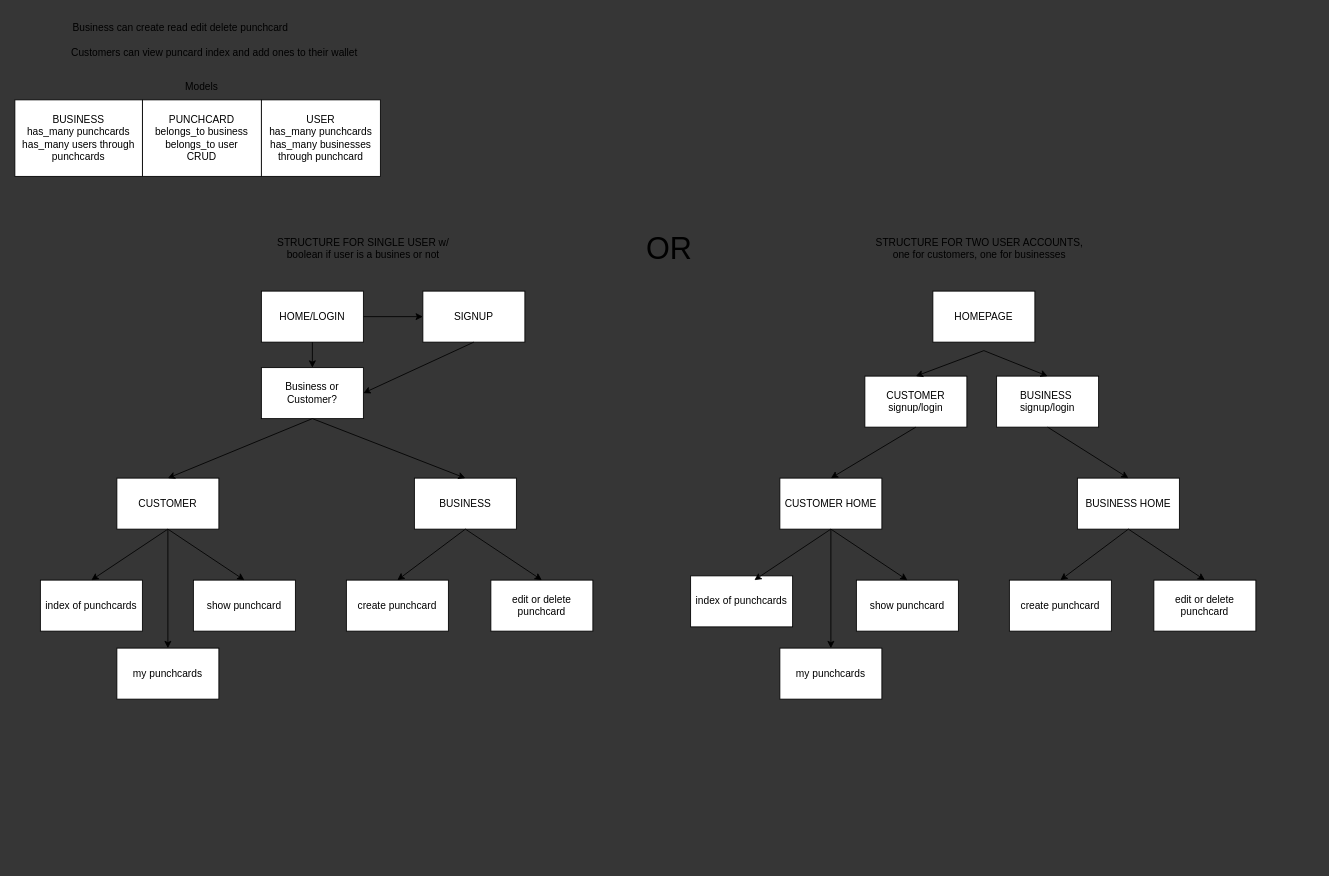
The draw.io diagram structure.drawio in mrsampool/phase-4-proj, before the edit. Source tidied: cells renumbered, new cells numbered last; positions are measured from the earlier drawing's top-left corner, leaving out a move shared by most shapes. Both pictures are drawn from the tidied source at 85%, with x=0, y=0 at pixel (14, 14).
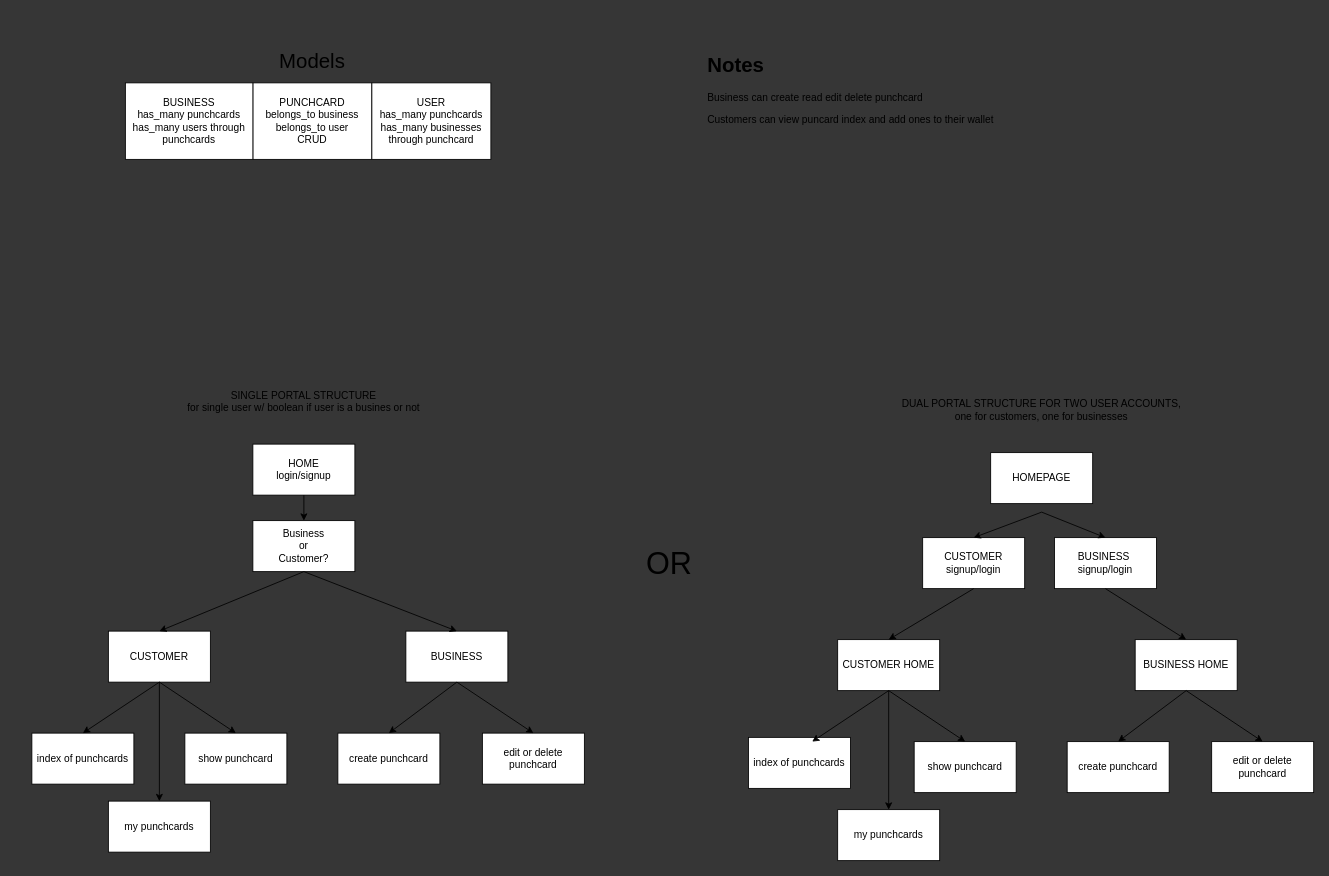
After the change.

Commit message (it also covers changes not shown here):
adds index create and show code for punchcardsController

What changed in the source:
```diff
@@
     <mxCell id="2" value="PUNCHCARD&lt;br&gt;belongs_to business&lt;br&gt;belongs_to user&lt;br&gt;CRUD" style="rounded=0;whiteSpace=wrap;html=1;" parent="1" vertex="1">
-      <mxGeometry x="150" y="100" width="140" height="90" as="geometry" />
+      <mxGeometry x="280" y="80" width="140" height="90" as="geometry" />
     </mxCell>
     <mxCell id="3" value="USER&lt;br&gt;has_many punchcards&lt;br&gt;has_many businesses through punchcard" style="rounded=0;whiteSpace=wrap;html=1;" parent="1" vertex="1">
-      <mxGeometry x="290" y="100" width="140" height="90" as="geometry" />
+      <mxGeometry x="420" y="80" width="140" height="90" as="geometry" />
     </mxCell>
     <mxCell id="4" value="BUSINESS&lt;br&gt;has_many punchcards&lt;br&gt;has_many users through punchcards" style="rounded=0;whiteSpace=wrap;html=1;" parent="1" vertex="1">
-      <mxGeometry y="100" width="150" height="90" as="geometry" />
+      <mxGeometry x="130" y="80" width="150" height="90" as="geometry" />
     </mxCell>
-    <mxCell id="5" value="Business can create read edit delete punchcard" style="text;html=1;strokeColor=none;fillColor=none;align=center;verticalAlign=middle;whiteSpace=wrap;rounded=0;" parent="1" vertex="1">
-      <mxGeometry x="60" width="270" height="30" as="geometry" />
-    </mxCell>
-    <mxCell id="6" value="Customers can view puncard index and add ones to their wallet" style="text;html=1;strokeColor=none;fillColor=none;align=center;verticalAlign=middle;whiteSpace=wrap;rounded=0;" parent="1" vertex="1">
-      <mxGeometry x="30" y="30" width="410" height="30" as="geometry" />
-    </mxCell>
-    <mxCell id="7" value="HOME/LOGIN" style="rounded=0;whiteSpace=wrap;html=1;" parent="1" vertex="1">
-      <mxGeometry x="290" y="325" width="120" height="60" as="geometry" />
+    <mxCell id="7" value="HOME&lt;br&gt;login/signup" style="rounded=0;whiteSpace=wrap;html=1;" parent="1" vertex="1">
+      <mxGeometry x="280" y="505" width="120" height="60" as="geometry" />
     </mxCell>
-    <mxCell id="8" value="Business or Customer?" style="rounded=0;whiteSpace=wrap;html=1;" parent="1" vertex="1">
-      <mxGeometry x="290" y="415" width="120" height="60" as="geometry" />
+    <mxCell id="8" value="Business &lt;br&gt;or &lt;br&gt;Customer?" style="rounded=0;whiteSpace=wrap;html=1;" parent="1" vertex="1">
+      <mxGeometry x="280" y="595" width="120" height="60" as="geometry" />
     </mxCell>
@@
     <mxCell id="10" value="CUSTOMER" style="rounded=0;whiteSpace=wrap;html=1;" parent="1" vertex="1">
-      <mxGeometry x="120" y="545" width="120" height="60" as="geometry" />
+      <mxGeometry x="110" y="725" width="120" height="60" as="geometry" />
     </mxCell>
     <mxCell id="11" value="BUSINESS" style="rounded=0;whiteSpace=wrap;html=1;" parent="1" vertex="1">
-      <mxGeometry x="470" y="545" width="120" height="60" as="geometry" />
+      <mxGeometry x="460" y="725" width="120" height="60" as="geometry" />
     </mxCell>
@@
     <mxCell id="14" value="index of punchcards" style="rounded=0;whiteSpace=wrap;html=1;" parent="1" vertex="1">
-      <mxGeometry x="30" y="665" width="120" height="60" as="geometry" />
+      <mxGeometry x="20" y="845" width="120" height="60" as="geometry" />
     </mxCell>
-    <mxCell id="15" value="Models" style="text;html=1;strokeColor=none;fillColor=none;align=center;verticalAlign=middle;whiteSpace=wrap;rounded=0;" parent="1" vertex="1">
-      <mxGeometry x="190" y="70" width="60" height="30" as="geometry" />
+    <mxCell id="15" value="&lt;font style=&quot;font-size: 24px;&quot;&gt;Models&lt;/font&gt;" style="text;html=1;strokeColor=none;fillColor=none;align=center;verticalAlign=middle;whiteSpace=wrap;rounded=0;" parent="1" vertex="1">
+      <mxGeometry x="320" y="40" width="60" height="30" as="geometry" />
     </mxCell>
@@
     <mxCell id="17" value="show punchcard" style="rounded=0;whiteSpace=wrap;html=1;" parent="1" vertex="1">
-      <mxGeometry x="210" y="665" width="120" height="60" as="geometry" />
+      <mxGeometry x="200" y="845" width="120" height="60" as="geometry" />
     </mxCell>
@@
     <mxCell id="19" value="my punchcards" style="rounded=0;whiteSpace=wrap;html=1;" parent="1" vertex="1">
-      <mxGeometry x="120" y="745" width="120" height="60" as="geometry" />
+      <mxGeometry x="110" y="925" width="120" height="60" as="geometry" />
     </mxCell>
     <mxCell id="20" style="endArrow=classic;html=1;entryX=0.5;entryY=0;entryDx=0;entryDy=0;" parent="1" edge="1" target="19">
       <mxGeometry relative="1" as="geometry">
-        <mxPoint x="180" y="605" as="sourcePoint" />
+        <mxPoint x="170" y="785" as="sourcePoint" />
       </mxGeometry>
     </mxCell>
     <mxCell id="21" value="create punchcard" style="rounded=0;whiteSpace=wrap;html=1;" parent="1" vertex="1">
-      <mxGeometry x="390" y="665" width="120" height="60" as="geometry" />
+      <mxGeometry x="380" y="845" width="120" height="60" as="geometry" />
     </mxCell>
@@
     <mxCell id="23" value="edit or delete punchcard" style="rounded=0;whiteSpace=wrap;html=1;" parent="1" vertex="1">
-      <mxGeometry x="560" y="665" width="120" height="60" as="geometry" />
+      <mxGeometry x="550" y="845" width="120" height="60" as="geometry" />
     </mxCell>
@@
-    <mxCell id="25" value="SIGNUP" style="rounded=0;whiteSpace=wrap;html=1;" parent="1" vertex="1">
-      <mxGeometry x="480" y="325" width="120" height="60" as="geometry" />
-    </mxCell>
-    <mxCell id="26" style="endArrow=classic;html=1;entryX=0;entryY=0.5;entryDx=0;entryDy=0;exitX=1;exitY=0.5;exitDx=0;exitDy=0;" parent="1" edge="1" source="7" target="25">
-      <mxGeometry relative="1" as="geometry" />
-    </mxCell>
-    <mxCell id="27" style="endArrow=classic;html=1;entryX=1;entryY=0.5;entryDx=0;entryDy=0;exitX=0.5;exitY=1;exitDx=0;exitDy=0;" parent="1" edge="1" source="25" target="8">
-      <mxGeometry relative="1" as="geometry" />
-    </mxCell>
     <mxCell id="28" value="BUSINESS&amp;nbsp;&lt;br&gt;signup/login" style="rounded=0;whiteSpace=wrap;html=1;" parent="1" vertex="1">
-      <mxGeometry x="1155" y="425" width="120" height="60" as="geometry" />
+      <mxGeometry x="1223" y="615" width="120" height="60" as="geometry" />
     </mxCell>
     <mxCell id="29" value="CUSTOMER HOME" style="rounded=0;whiteSpace=wrap;html=1;" parent="1" vertex="1">
-      <mxGeometry x="900" y="545" width="120" height="60" as="geometry" />
+      <mxGeometry x="968" y="735" width="120" height="60" as="geometry" />
     </mxCell>
     <mxCell id="30" value="BUSINESS HOME" style="rounded=0;whiteSpace=wrap;html=1;" parent="1" vertex="1">
-      <mxGeometry x="1250" y="545" width="120" height="60" as="geometry" />
+      <mxGeometry x="1318" y="735" width="120" height="60" as="geometry" />
     </mxCell>
     <mxCell id="31" value="index of punchcards" style="rounded=0;whiteSpace=wrap;html=1;" parent="1" vertex="1">
-      <mxGeometry x="795" y="660" width="120" height="60" as="geometry" />
+      <mxGeometry x="863" y="850" width="120" height="60" as="geometry" />
     </mxCell>
     <mxCell id="32" style="endArrow=classic;html=1;entryX=0.5;entryY=0;entryDx=0;entryDy=0;exitX=0.5;exitY=1;exitDx=0;exitDy=0;" parent="1" edge="1" source="29">
       <mxGeometry relative="1" as="geometry">
-        <mxPoint x="870" y="665" as="targetPoint" />
+        <mxPoint x="938" y="855" as="targetPoint" />
       </mxGeometry>
     </mxCell>
     <mxCell id="33" value="show punchcard" style="rounded=0;whiteSpace=wrap;html=1;" parent="1" vertex="1">
-      <mxGeometry x="990" y="665" width="120" height="60" as="geometry" />
+      <mxGeometry x="1058" y="855" width="120" height="60" as="geometry" />
     </mxCell>
@@
     <mxCell id="35" value="my punchcards" style="rounded=0;whiteSpace=wrap;html=1;" parent="1" vertex="1">
-      <mxGeometry x="900" y="745" width="120" height="60" as="geometry" />
+      <mxGeometry x="968" y="935" width="120" height="60" as="geometry" />
     </mxCell>
     <mxCell id="36" style="endArrow=classic;html=1;entryX=0.5;entryY=0;entryDx=0;entryDy=0;" parent="1" edge="1" target="35">
       <mxGeometry relative="1" as="geometry">
-        <mxPoint x="960" y="605" as="sourcePoint" />
+        <mxPoint x="1028" y="795" as="sourcePoint" />
       </mxGeometry>
     </mxCell>
     <mxCell id="37" value="create punchcard" style="rounded=0;whiteSpace=wrap;html=1;" parent="1" vertex="1">
-      <mxGeometry x="1170" y="665" width="120" height="60" as="geometry" />
+      <mxGeometry x="1238" y="855" width="120" height="60" as="geometry" />
     </mxCell>
@@
     <mxCell id="39" value="edit or delete punchcard" style="rounded=0;whiteSpace=wrap;html=1;" parent="1" vertex="1">
-      <mxGeometry x="1340" y="665" width="120" height="60" as="geometry" />
+      <mxGeometry x="1408" y="855" width="120" height="60" as="geometry" />
     </mxCell>
@@
     <mxCell id="41" value="CUSTOMER&lt;br&gt;signup/login" style="rounded=0;whiteSpace=wrap;html=1;" parent="1" vertex="1">
-      <mxGeometry x="1000" y="425" width="120" height="60" as="geometry" />
+      <mxGeometry x="1068" y="615" width="120" height="60" as="geometry" />
     </mxCell>
     <mxCell id="42" value="&lt;font style=&quot;font-size: 36px;&quot;&gt;OR&lt;/font&gt;" style="text;html=1;strokeColor=none;fillColor=none;align=center;verticalAlign=middle;whiteSpace=wrap;rounded=0;" parent="1" vertex="1">
-      <mxGeometry x="740" y="260" width="60" height="30" as="geometry" />
+      <mxGeometry x="740" y="630" width="60" height="30" as="geometry" />
     </mxCell>
@@
     <mxCell id="45" value="HOMEPAGE" style="rounded=0;whiteSpace=wrap;html=1;fontSize=12;" parent="1" vertex="1">
-      <mxGeometry x="1080" y="325" width="120" height="60" as="geometry" />
+      <mxGeometry x="1148" y="515" width="120" height="60" as="geometry" />
     </mxCell>
     <mxCell id="46" style="endArrow=classic;html=1;fontSize=12;entryX=0.5;entryY=0;entryDx=0;entryDy=0;exitX=0.5;exitY=1;exitDx=0;exitDy=0;" parent="1" edge="1" target="41">
       <mxGeometry relative="1" as="geometry">
-        <mxPoint x="1140" y="395" as="sourcePoint" />
+        <mxPoint x="1208" y="585" as="sourcePoint" />
       </mxGeometry>
     </mxCell>
     <mxCell id="47" style="endArrow=classic;html=1;fontSize=12;entryX=0.5;entryY=0;entryDx=0;entryDy=0;exitX=0.5;exitY=1;exitDx=0;exitDy=0;" parent="1" edge="1" target="28">
       <mxGeometry relative="1" as="geometry">
-        <mxPoint x="1140" y="395" as="sourcePoint" />
+        <mxPoint x="1208" y="585" as="sourcePoint" />
       </mxGeometry>
     </mxCell>
-    <mxCell id="48" value="STRUCTURE FOR SINGLE USER w/ boolean if user is a busines or not" style="text;html=1;strokeColor=none;fillColor=none;align=center;verticalAlign=middle;whiteSpace=wrap;rounded=0;fontSize=12;" parent="1" vertex="1">
-      <mxGeometry x="300" y="260" width="220" height="30" as="geometry" />
+    <mxCell id="48" value="SINGLE PORTAL STRUCTURE &lt;br&gt;for single user w/ boolean if user is a busines or not" style="text;html=1;strokeColor=none;fillColor=none;align=center;verticalAlign=middle;whiteSpace=wrap;rounded=0;fontSize=12;" parent="1" vertex="1">
+      <mxGeometry x="175" y="440" width="330" height="30" as="geometry" />
     </mxCell>
-    <mxCell id="49" value="STRUCTURE FOR TWO USER ACCOUNTS, &lt;br&gt;one for customers, one for businesses" style="text;html=1;strokeColor=none;fillColor=none;align=center;verticalAlign=middle;whiteSpace=wrap;rounded=0;fontSize=12;" parent="1" vertex="1">
-      <mxGeometry x="1000" y="260" width="270" height="30" as="geometry" />
+    <mxCell id="49" value="DUAL PORTAL STRUCTURE FOR TWO USER ACCOUNTS, &lt;br&gt;one for customers, one for businesses" style="text;html=1;strokeColor=none;fillColor=none;align=center;verticalAlign=middle;whiteSpace=wrap;rounded=0;fontSize=12;" parent="1" vertex="1">
+      <mxGeometry x="1028" y="450" width="360" height="30" as="geometry" />
     </mxCell>
+    <mxCell id="50" value="&lt;h1&gt;Notes&lt;/h1&gt;&lt;p&gt;&lt;span style=&quot;text-align: center;&quot;&gt;Business can create read edit delete punchcard&lt;/span&gt;&lt;br&gt;&lt;/p&gt;&lt;p&gt;&lt;span style=&quot;text-align: center;&quot;&gt;Customers can view puncard index and add ones to their wallet&lt;/span&gt;&lt;span style=&quot;text-align: center;&quot;&gt;&lt;br&gt;&lt;/span&gt;&lt;/p&gt;&lt;p&gt;&lt;span style=&quot;text-align: center;&quot;&gt;&lt;br&gt;&lt;/span&gt;&lt;/p&gt;&lt;p&gt;&lt;span style=&quot;text-align: center;&quot;&gt;&lt;br&gt;&lt;/span&gt;&lt;/p&gt;" style="text;html=1;strokeColor=none;fillColor=none;spacing=5;spacingTop=-20;whiteSpace=wrap;overflow=hidden;rounded=0;" parent="1" vertex="1">
+      <mxGeometry x="810" y="40" width="490" height="120" as="geometry" />
+    </mxCell>
```
